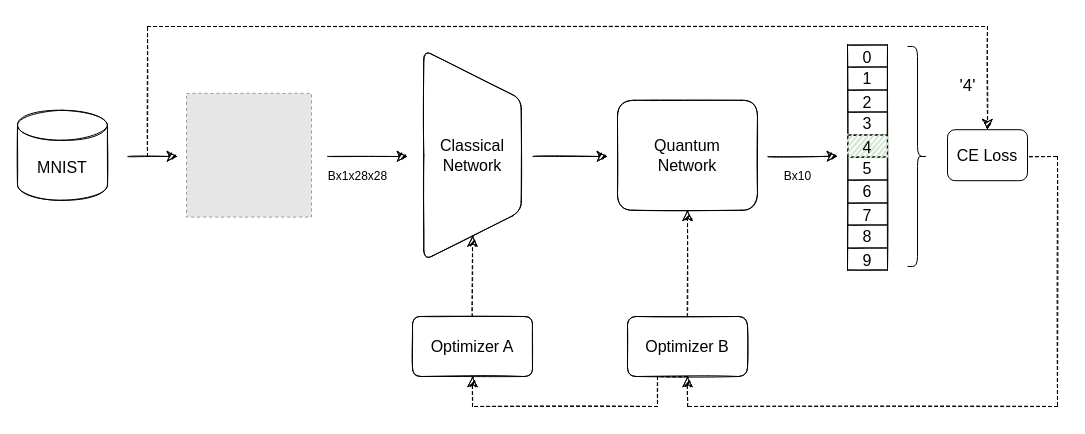
cirKITers/Split-Optimization keeps this draw.io diagram as docs/split_optimizer.drawio. Above is the earlier version. Source tidied: cells renumbered, new cells numbered last; positions are measured from the earlier drawing's top-left corner, leaving out a move shared by most shapes. Both pictures are drawn from the tidied source at 100%, with x=0, y=0 at pixel (17, 26). Pictures stored in the file or linked from it are replaced by grey dashed boxes.
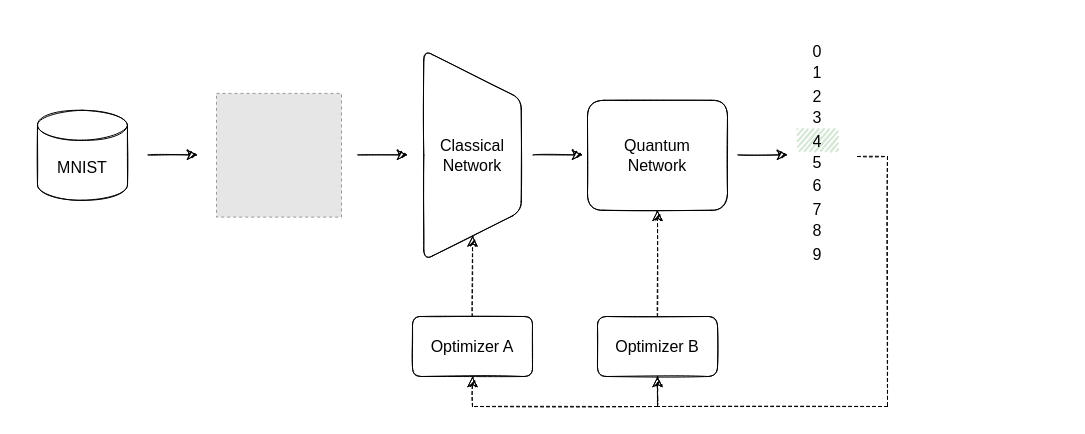
Above is the later version.

The change refers to these unchanged cells:
```xml
<mxCell id="15" style="shape=tableRow;horizontal=0;startSize=0;swimlaneHead=0;swimlaneBody=0;strokeColor=inherit;top=0;left=0;bottom=0;right=0;fillColor=none;fontSize=16;sketch=1;curveFitting=1;jiggle=0.5;fillWeight=2;hachureGap=-1;" parent="6" vertex="1">
  <mxGeometry y="90" width="40" height="22" as="geometry" />
</mxCell>
```

The edit, as a diff of the source:
```diff
@@
     <mxCell id="2" value="MNIST" style="shape=cylinder3;whiteSpace=wrap;html=1;boundedLbl=1;backgroundOutline=1;size=15;fontSize=16;sketch=1;curveFitting=1;jiggle=0.5;fillWeight=2;hachureGap=-1;" parent="1" vertex="1">
-      <mxGeometry y="83.8" width="90" height="90" as="geometry" />
+      <mxGeometry x="20" y="83.8" width="90" height="90" as="geometry" />
     </mxCell>
@@
     <mxCell id="4" style="fillColor=#E6E6E6;strokeColor=#999999;dashed=1;verticalLabelPosition=bottom;labelBackgroundColor=default;verticalAlign=top;" parent="1" vertex="1">
-      <mxGeometry x="169" y="66.9" width="125" height="123.7" as="geometry" />
+      <mxGeometry x="199" y="66.9" width="125" height="123.7" as="geometry" />
     </mxCell>
     <mxCell id="5" value="Quantum&lt;br&gt;Network" style="rounded=1;whiteSpace=wrap;html=1;fontSize=16;sketch=1;curveFitting=1;jiggle=0.5;fillWeight=2;hachureGap=-1;" parent="1" vertex="1">
-      <mxGeometry x="600" y="73.8" width="140" height="110" as="geometry" />
+      <mxGeometry x="570" y="73.8" width="140" height="110" as="geometry" />
     </mxCell>
-    <mxCell id="6" style="shape=table;startSize=0;childLayout=tableLayout;fontSize=16;sketch=1;curveFitting=1;jiggle=0.5;fillWeight=2;hachureGap=-1;" parent="1" vertex="1">
-      <mxGeometry x="830" y="18.5" width="40" height="225" as="geometry" />
+    <mxCell id="6" style="shape=table;startSize=0;childLayout=tableLayout;fontSize=16;sketch=1;curveFitting=1;jiggle=0.5;fillWeight=2;hachureGap=-1;strokeColor=none;" parent="1" vertex="1">
+      <mxGeometry x="780" y="12.5" width="40" height="225" as="geometry" />
     </mxCell>
@@
-    <mxCell id="16" value="4" style="shape=partialRectangle;html=1;whiteSpace=wrap;strokeColor=#82b366;overflow=hidden;fillColor=#d5e8d4;top=0;left=0;bottom=0;right=0;fontSize=16;sketch=1;curveFitting=1;jiggle=0.5;fillWeight=2;hachureGap=-1;" parent="15" vertex="1">
+    <mxCell id="16" value="4" style="shape=partialRectangle;html=1;whiteSpace=wrap;strokeColor=inherit;overflow=hidden;fillColor=#d5e8d4;top=0;left=0;bottom=0;right=0;fontSize=16;sketch=1;curveFitting=1;jiggle=0.5;fillWeight=2;hachureGap=-1;" parent="15" vertex="1">
       <mxGeometry width="40" height="22" as="geometry" />
     </mxCell>
@@
-    <mxCell id="27" value="Bx10" style="endArrow=classic;html=1;rounded=0;fontSize=12;startSize=8;endSize=8;curved=1;sketch=1;curveFitting=1;jiggle=0.5;fillWeight=2;hachureGap=-1;" parent="1" edge="1">
-      <mxGeometry x="-0.15" y="-20" relative="1" as="geometry">
-        <mxPoint x="750" y="130.2" as="sourcePoint" />
-        <mxPoint x="820" y="129.8" as="targetPoint" />
+    <mxCell id="27" style="endArrow=classic;html=1;rounded=0;fontSize=12;startSize=8;endSize=8;curved=1;sketch=1;curveFitting=1;jiggle=0.5;fillWeight=2;hachureGap=-1;" parent="1" edge="1">
+      <mxGeometry relative="1" as="geometry">
+        <mxPoint x="720" y="128.4" as="sourcePoint" />
+        <mxPoint x="770" y="128.4" as="targetPoint" />
       </mxGeometry>
     </mxCell>
     <mxCell id="28" style="endArrow=classic;html=1;rounded=0;fontSize=12;startSize=8;endSize=8;curved=1;sketch=1;curveFitting=1;jiggle=0.5;fillWeight=2;hachureGap=-1;" parent="1" edge="1">
       <mxGeometry relative="1" as="geometry">
-        <mxPoint x="515" y="129.9" as="sourcePoint" />
-        <mxPoint x="590" y="130" as="targetPoint" />
+        <mxPoint x="515" y="128.4" as="sourcePoint" />
+        <mxPoint x="565" y="128.4" as="targetPoint" />
       </mxGeometry>
     </mxCell>
-    <mxCell id="29" value="Bx1x28x28" style="endArrow=classic;html=1;rounded=0;fontSize=12;startSize=8;endSize=8;curved=1;sketch=1;curveFitting=1;jiggle=0.5;fillWeight=2;hachureGap=-1;" parent="1" edge="1">
-      <mxGeometry x="-0.25" y="-20" relative="1" as="geometry">
-        <mxPoint x="310" y="130" as="sourcePoint" />
-        <mxPoint x="390" y="130" as="targetPoint" />
+    <mxCell id="29" style="endArrow=classic;html=1;rounded=0;fontSize=12;startSize=8;endSize=8;curved=1;sketch=1;curveFitting=1;jiggle=0.5;fillWeight=2;hachureGap=-1;" parent="1" edge="1">
+      <mxGeometry relative="1" as="geometry">
+        <mxPoint x="340" y="128.4" as="sourcePoint" />
+        <mxPoint x="390" y="128.4" as="targetPoint" />
       </mxGeometry>
     </mxCell>
     <mxCell id="30" style="endArrow=classic;html=1;rounded=0;fontSize=12;startSize=8;endSize=8;curved=1;sketch=1;curveFitting=1;jiggle=0.5;fillWeight=2;hachureGap=-1;" parent="1" edge="1">
       <mxGeometry relative="1" as="geometry">
-        <mxPoint x="110" y="130" as="sourcePoint" />
-        <mxPoint x="160" y="130" as="targetPoint" />
+        <mxPoint x="130" y="128.4" as="sourcePoint" />
+        <mxPoint x="180" y="128.4" as="targetPoint" />
       </mxGeometry>
     </mxCell>
@@
     <mxCell id="33" value="Optimizer B" style="rounded=1;whiteSpace=wrap;html=1;fontSize=16;sketch=1;curveFitting=1;jiggle=0.5;fillWeight=2;hachureGap=-1;" parent="1" vertex="1">
-      <mxGeometry x="610" y="290" width="120" height="60" as="geometry" />
+      <mxGeometry x="580" y="290" width="120" height="60" as="geometry" />
     </mxCell>
@@
-    <mxCell id="36" style="endArrow=classic;html=1;rounded=0;fontSize=12;startSize=8;endSize=8;edgeStyle=orthogonalEdgeStyle;entryX=0.5;entryY=1;entryDx=0;entryDy=0;sketch=1;curveFitting=1;jiggle=0.5;fillWeight=2;hachureGap=-1;dashed=1;exitX=1;exitY=0.5;exitDx=0;exitDy=0;" parent="1" edge="1" source="37" target="33">
+    <mxCell id="36" style="endArrow=classic;html=1;rounded=0;fontSize=12;startSize=8;endSize=8;edgeStyle=orthogonalEdgeStyle;entryX=0.5;entryY=1;entryDx=0;entryDy=0;sketch=1;curveFitting=1;jiggle=0.5;fillWeight=2;hachureGap=-1;dashed=1;" parent="1" edge="1" target="33">
       <mxGeometry relative="1" as="geometry">
+        <mxPoint x="840" y="130" as="sourcePoint" />
         <Array as="points">
-          <mxPoint x="940" y="129" />
-          <mxPoint x="940" y="130" />
-          <mxPoint x="1040" y="130" />
-          <mxPoint x="1040" y="380" />
-          <mxPoint x="670" y="380" />
+          <mxPoint x="870" y="130" />
+          <mxPoint x="870" y="380" />
+          <mxPoint x="640" y="380" />
         </Array>
       </mxGeometry>
     </mxCell>
-    <mxCell id="37" value="CE Loss" style="rounded=1;whiteSpace=wrap;html=1;fontSize=16;" parent="1" vertex="1">
-      <mxGeometry x="930" y="103.2" width="80" height="51" as="geometry" />
-    </mxCell>
-    <mxCell id="38" style="shape=curlyBracket;whiteSpace=wrap;html=1;rounded=1;flipH=1;labelPosition=right;verticalLabelPosition=middle;align=left;verticalAlign=middle;fontSize=16;" parent="1" vertex="1">
-      <mxGeometry x="890" y="20" width="20" height="220" as="geometry" />
-    </mxCell>
-    <mxCell id="39" value="'4'" style="endArrow=classic;html=1;rounded=0;fontSize=17;startSize=8;endSize=8;sketch=1;curveFitting=1;jiggle=0.5;fillWeight=2;hachureGap=-1;entryX=0.5;entryY=0;entryDx=0;entryDy=0;edgeStyle=orthogonalEdgeStyle;dashed=1;" parent="1" edge="1" target="37">
-      <mxGeometry x="0.92" y="-20" relative="1" as="geometry">
-        <mxPoint x="130" y="130" as="sourcePoint" />
-        <Array as="points">
-          <mxPoint x="130" />
-          <mxPoint x="970" />
-        </Array>
-      </mxGeometry>
-    </mxCell>
```
